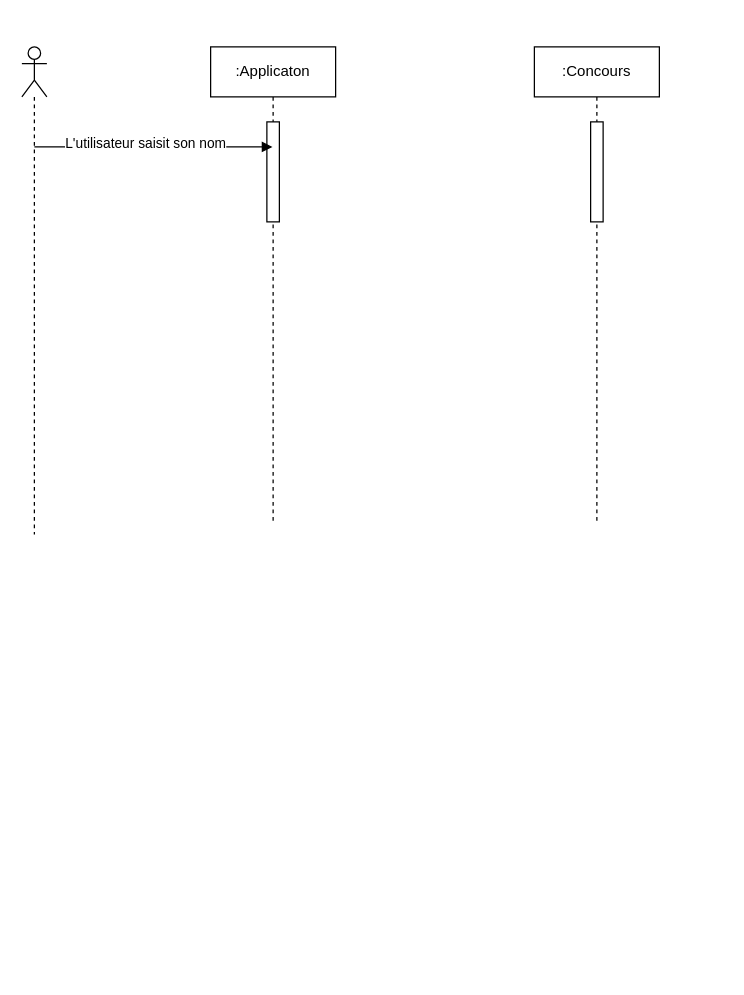
This is Conception/Diagramme de sequence.drawio from CSliveR/Chief-s-Arena, a draw.io file, before an edit. Source tidied: cells renumbered, new cells numbered last; positions are measured from the earlier drawing's top-left corner, leaving out a move shared by most shapes. Both pictures are drawn from the tidied source at 125%, with x=0, y=0 at pixel (21, 46).
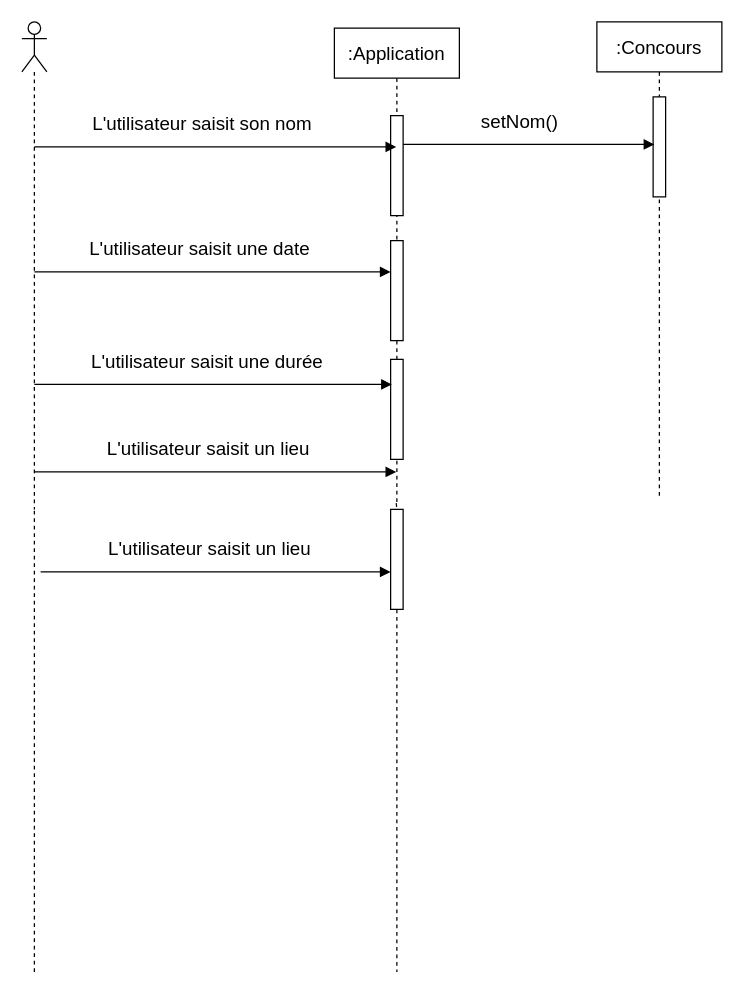
Above is the later version.

What changed in the source:
```diff
@@
-    <mxCell id="2" style="shape=umlLifeline;perimeter=lifelinePerimeter;whiteSpace=wrap;html=1;outlineConnect=0;portConstraint=eastwest;newEdgeStyle={&quot;curved&quot;:0,&quot;rounded&quot;:0};participant=umlActor;" parent="1" vertex="1">
-      <mxGeometry width="20" height="390" as="geometry" />
+    <mxCell id="2" style="shape=umlLifeline;perimeter=lifelinePerimeter;whiteSpace=wrap;html=1;outlineConnect=0;portConstraint=eastwest;newEdgeStyle={&quot;curved&quot;:0,&quot;rounded&quot;:0};participant=umlActor;fontSize=15;" parent="1" vertex="1">
+      <mxGeometry y="-20" width="20" height="390" as="geometry" />
     </mxCell>
-    <mxCell id="3" value=":Applicaton" style="shape=umlLifeline;perimeter=lifelinePerimeter;whiteSpace=wrap;html=1;outlineConnect=0;portConstraint=eastwest;newEdgeStyle={&quot;curved&quot;:0,&quot;rounded&quot;:0};" parent="1" vertex="1">
-      <mxGeometry x="151" width="100" height="380" as="geometry" />
+    <mxCell id="3" value=":Application" style="shape=umlLifeline;perimeter=lifelinePerimeter;whiteSpace=wrap;html=1;outlineConnect=0;portConstraint=eastwest;newEdgeStyle={&quot;curved&quot;:0,&quot;rounded&quot;:0};fontSize=15;" parent="1" vertex="1">
+      <mxGeometry x="250" y="-15" width="100" height="380" as="geometry" />
     </mxCell>
-    <mxCell id="4" style="html=1;points=[[0,0,0,0,5],[0,1,0,0,-5],[1,0,0,0,5],[1,1,0,0,-5]];perimeter=orthogonalPerimeter;outlineConnect=0;targetShapes=umlLifeline;portConstraint=eastwest;newEdgeStyle={&quot;curved&quot;:0,&quot;rounded&quot;:0};" parent="3" vertex="1">
-      <mxGeometry x="45" y="60" width="10" height="80" as="geometry" />
+    <mxCell id="4" style="html=1;points=[[0,0,0,0,5],[0,1,0,0,-5],[1,0,0,0,5],[1,1,0,0,-5]];perimeter=orthogonalPerimeter;outlineConnect=0;targetShapes=umlLifeline;portConstraint=eastwest;newEdgeStyle={&quot;curved&quot;:0,&quot;rounded&quot;:0};fontSize=15;" parent="3" vertex="1">
+      <mxGeometry x="45" y="70" width="10" height="80" as="geometry" />
     </mxCell>
+    <mxCell id="9" style="html=1;points=[[0,0,0,0,5],[0,1,0,0,-5],[1,0,0,0,5],[1,1,0,0,-5]];perimeter=orthogonalPerimeter;outlineConnect=0;targetShapes=umlLifeline;portConstraint=eastwest;newEdgeStyle={&quot;curved&quot;:0,&quot;rounded&quot;:0};fontSize=15;" parent="3" vertex="1">
+      <mxGeometry x="45" y="170" width="10" height="80" as="geometry" />
+    </mxCell>
+    <mxCell id="10" style="html=1;perimeter=orthogonalPerimeter;targetShapes=umlLifeline;newEdgeStyle={&quot;curved&quot;:0,&quot;rounded&quot;:0};fontSize=15;" parent="3" vertex="1">
+      <mxGeometry x="45" y="265" width="10" height="80" as="geometry" />
+    </mxCell>
-    <mxCell id="5" style="html=1;verticalAlign=bottom;endArrow=block;curved=0;rounded=0;" parent="1" edge="1" target="3">
+    <mxCell id="5" style="html=1;verticalAlign=bottom;endArrow=block;curved=0;rounded=0;fontSize=15;" parent="1" edge="1" target="3">
       <mxGeometry relative="1" as="geometry">
         <mxPoint x="10" y="80" as="sourcePoint" />
       </mxGeometry>
     </mxCell>
-    <mxCell id="6" value="L'utilisateur saisit son nom" style="edgeLabel;html=1;align=center;verticalAlign=middle;" parent="5" vertex="1">
-      <mxGeometry x="-0.08" y="4" relative="1" as="geometry" />
+    <mxCell id="6" value="L'utilisateur saisit son nom" style="edgeLabel;html=1;align=center;verticalAlign=middle;fontSize=15;" parent="5" vertex="1">
+      <mxGeometry x="-0.08" y="4" relative="1" as="geometry">
+        <mxPoint y="-16" as="offset" />
+      </mxGeometry>
     </mxCell>
-    <mxCell id="7" value=":Concours" style="shape=umlLifeline;perimeter=lifelinePerimeter;whiteSpace=wrap;html=1;newEdgeStyle={&quot;curved&quot;:0,&quot;rounded&quot;:0};" parent="1" vertex="1">
-      <mxGeometry x="410" width="100" height="380" as="geometry" />
+    <mxCell id="7" value=":Concours" style="shape=umlLifeline;perimeter=lifelinePerimeter;whiteSpace=wrap;html=1;newEdgeStyle={&quot;curved&quot;:0,&quot;rounded&quot;:0};fontSize=15;" parent="1" vertex="1">
+      <mxGeometry x="460" y="-20" width="100" height="380" as="geometry" />
     </mxCell>
-    <mxCell id="8" style="html=1;points=[[0,0,0,0,5],[0,1,0,0,-5],[1,0,0,0,5],[1,1,0,0,-5]];perimeter=orthogonalPerimeter;outlineConnect=0;targetShapes=umlLifeline;portConstraint=eastwest;newEdgeStyle={&quot;curved&quot;:0,&quot;rounded&quot;:0};" parent="7" vertex="1">
+    <mxCell id="8" style="html=1;points=[[0,0,0,0,5],[0,1,0,0,-5],[1,0,0,0,5],[1,1,0,0,-5]];perimeter=orthogonalPerimeter;outlineConnect=0;targetShapes=umlLifeline;portConstraint=eastwest;newEdgeStyle={&quot;curved&quot;:0,&quot;rounded&quot;:0};fontSize=15;" parent="7" vertex="1">
       <mxGeometry x="45" y="60" width="10" height="80" as="geometry" />
     </mxCell>
+    <mxCell id="11" style="html=1;verticalAlign=bottom;endArrow=block;curved=0;rounded=0;fontSize=15;entryX=0.1;entryY=0.475;entryDx=0;entryDy=0;entryPerimeter=0;" parent="1" edge="1" source="4" target="8">
+      <mxGeometry relative="1" as="geometry" />
+    </mxCell>
+    <mxCell id="12" value="setNom()" style="edgeLabel;html=1;align=center;verticalAlign=middle;fontSize=15;" parent="11" vertex="1">
+      <mxGeometry x="-0.08" y="4" relative="1" as="geometry">
+        <mxPoint y="-16" as="offset" />
+      </mxGeometry>
+    </mxCell>
+    <mxCell id="13" style="html=1;verticalAlign=bottom;endArrow=block;curved=0;rounded=0;fontSize=15;" parent="1" edge="1" target="9">
+      <mxGeometry relative="1" as="geometry">
+        <mxPoint x="10" y="180" as="sourcePoint" />
+      </mxGeometry>
+    </mxCell>
+    <mxCell id="14" value="L'utilisateur saisit une date" style="edgeLabel;html=1;align=center;verticalAlign=middle;fontSize=15;" parent="13" vertex="1">
+      <mxGeometry x="-0.08" y="4" relative="1" as="geometry">
+        <mxPoint y="-16" as="offset" />
+      </mxGeometry>
+    </mxCell>
+    <mxCell id="15" style="html=1;verticalAlign=bottom;endArrow=block;curved=0;rounded=0;fontSize=15;entryX=0.46;entryY=0.75;entryDx=0;entryDy=0;entryPerimeter=0;" parent="1" edge="1" target="3">
+      <mxGeometry relative="1" as="geometry">
+        <mxPoint x="10" y="270" as="sourcePoint" />
+        <Array as="points">
+          <mxPoint x="150" y="270" />
+        </Array>
+      </mxGeometry>
+    </mxCell>
+    <mxCell id="16" value="L'utilisateur saisit une durée" style="edgeLabel;html=1;align=center;verticalAlign=middle;fontSize=15;" parent="15" vertex="1">
+      <mxGeometry x="-0.08" y="4" relative="1" as="geometry">
+        <mxPoint x="5" y="-16" as="offset" />
+      </mxGeometry>
+    </mxCell>
+    <mxCell id="17" style="html=1;verticalAlign=bottom;endArrow=block;curved=0;rounded=0;fontSize=15;" parent="1" edge="1" target="3">
+      <mxGeometry relative="1" as="geometry">
+        <mxPoint x="10" y="340" as="sourcePoint" />
+        <Array as="points">
+          <mxPoint x="150" y="340" />
+        </Array>
+      </mxGeometry>
+    </mxCell>
+    <mxCell id="18" value="L'utilisateur saisit un lieu" style="edgeLabel;html=1;align=center;verticalAlign=middle;fontSize=15;" parent="17" vertex="1">
+      <mxGeometry x="-0.08" y="4" relative="1" as="geometry">
+        <mxPoint x="5" y="-16" as="offset" />
+      </mxGeometry>
+    </mxCell>
+    <mxCell id="19" style="endArrow=none;dashed=1;html=1;rounded=0;" parent="1" edge="1" source="3">
+      <mxGeometry relative="1" as="geometry">
+        <mxPoint x="300" y="365" as="targetPoint" />
+      </mxGeometry>
+    </mxCell>
+    <mxCell id="20" style="endArrow=none;dashed=1;html=1;rounded=0;entryX=0.5;entryY=1;entryDx=0;entryDy=0;entryPerimeter=0;" parent="1" edge="1" target="2">
+      <mxGeometry relative="1" as="geometry">
+        <mxPoint x="10" y="740" as="sourcePoint" />
+      </mxGeometry>
+    </mxCell>
+    <mxCell id="21" style="endArrow=none;dashed=1;html=1;rounded=0;" parent="1" edge="1" source="24">
+      <mxGeometry relative="1" as="geometry">
+        <mxPoint x="300" y="740" as="targetPoint" />
+      </mxGeometry>
+    </mxCell>
+    <mxCell id="22" style="html=1;verticalAlign=bottom;endArrow=block;curved=0;rounded=0;fontSize=15;" parent="1" edge="1" target="24">
+      <mxGeometry relative="1" as="geometry">
+        <mxPoint x="15" y="420" as="sourcePoint" />
+        <Array as="points">
+          <mxPoint x="140" y="420" />
+        </Array>
+      </mxGeometry>
+    </mxCell>
+    <mxCell id="23" value="L'utilisateur saisit un lieu" style="edgeLabel;html=1;align=center;verticalAlign=middle;fontSize=15;" parent="22" vertex="1">
+      <mxGeometry x="-0.08" y="4" relative="1" as="geometry">
+        <mxPoint x="5" y="-16" as="offset" />
+      </mxGeometry>
+    </mxCell>
+    <mxCell id="24" style="html=1;points=[[0,0,0,0,5],[0,1,0,0,-5],[1,0,0,0,5],[1,1,0,0,-5]];perimeter=orthogonalPerimeter;outlineConnect=0;targetShapes=umlLifeline;portConstraint=eastwest;newEdgeStyle={&quot;curved&quot;:0,&quot;rounded&quot;:0};fontSize=15;" parent="1" vertex="1">
+      <mxGeometry x="295" y="370" width="10" height="80" as="geometry" />
+    </mxCell>
+    <mxCell id="25" style="endArrow=none;dashed=1;html=1;rounded=0;" parent="1" edge="1" source="3" target="24">
+      <mxGeometry relative="1" as="geometry" />
+    </mxCell>
```
